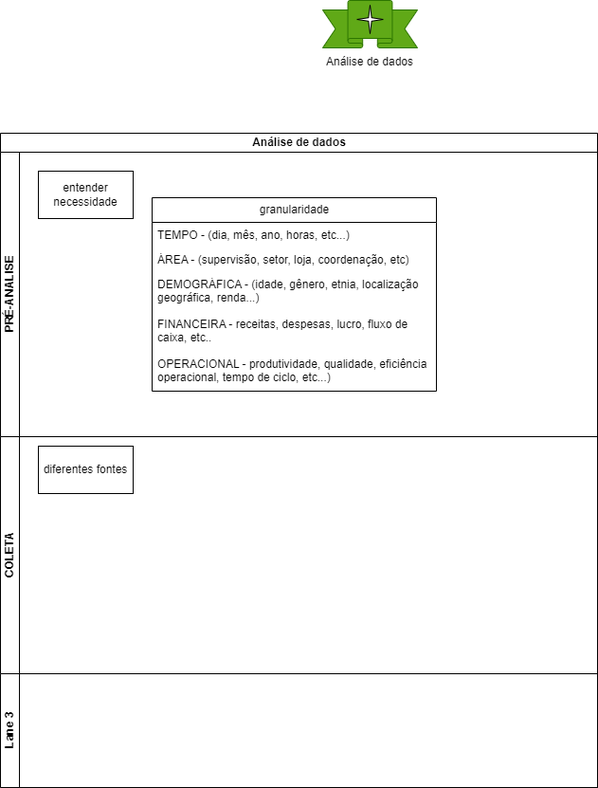
Before: mapa-mental/Analise-de-dados.drawio.png, a diagram exported from draw.io (RenatoDeFreitas/ANALISE-DE-DADOS). Source tidied: cells renumbered, new cells last; positions are measured from the earlier drawing's top-left corner, leaving out a move shared by most shapes.
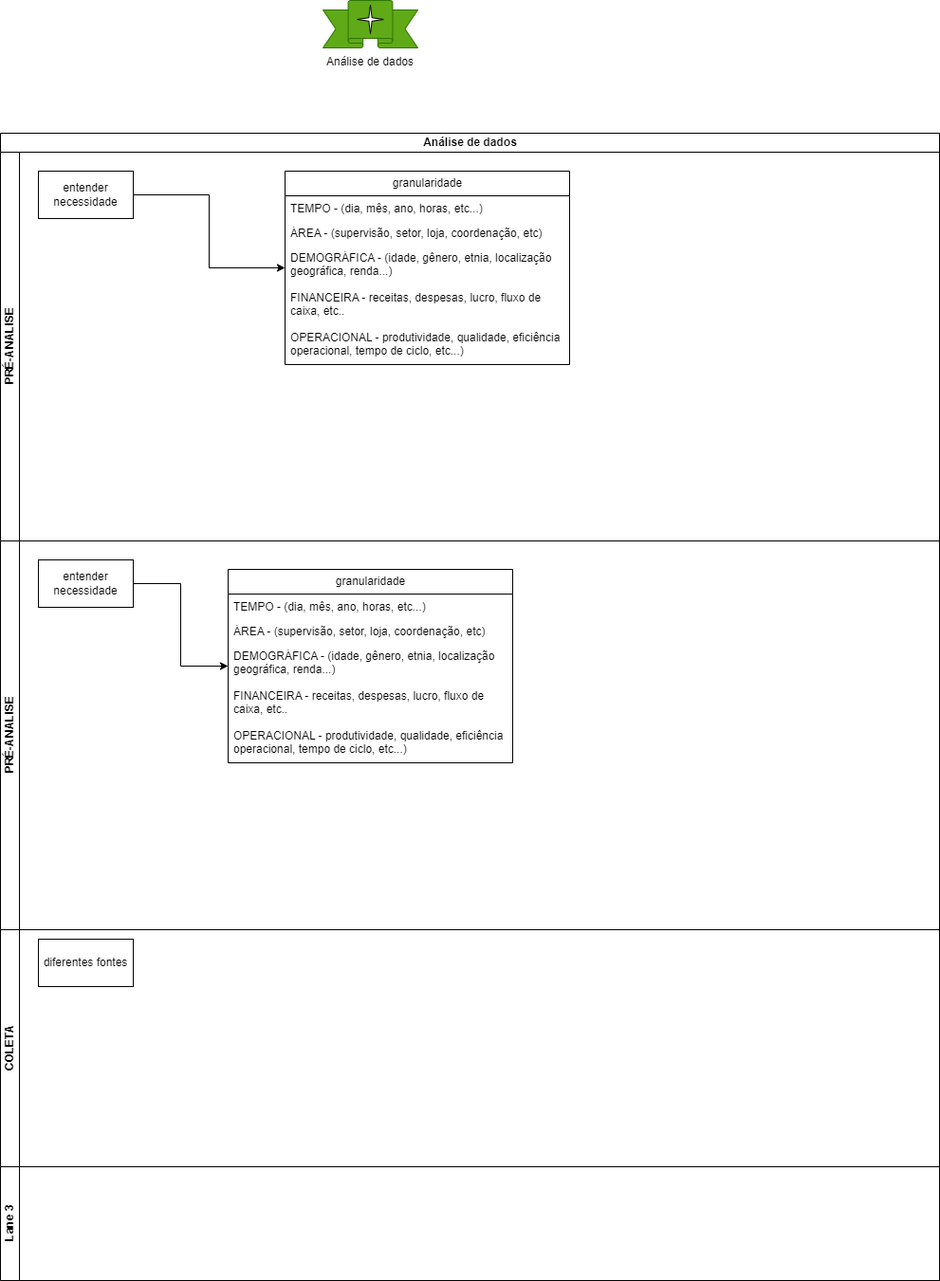
Above is the later version.

The edit, as a diff of the source:
```diff
@@ -15,16 +15,19 @@
       <mxGeometry x="71.2" y="5" width="27.5" height="30" as="geometry" />
     </mxCell>
     <mxCell id="6" value="Análise de dados" style="swimlane;horizontal=1;startSize=20;html=1;" parent="1" vertex="1">
-      <mxGeometry y="140" width="630" height="690" as="geometry" />
+      <mxGeometry y="140" width="990" height="1210" as="geometry" />
     </mxCell>
     <mxCell id="7" value="PRÉ-ANALISE" style="swimlane;startSize=20;horizontal=0;html=1;" parent="6" vertex="1">
-      <mxGeometry y="20" width="630" height="300" as="geometry" />
+      <mxGeometry y="20" width="990" height="410" as="geometry" />
     </mxCell>
+    <mxCell id="18" style="edgeStyle=orthogonalEdgeStyle;rounded=0;jettySize=auto;html=1;" parent="7" edge="1" source="8" target="9">
+      <mxGeometry relative="1" as="geometry" />
+    </mxCell>
     <mxCell id="8" value="entender necessidade" style="rounded=0;whiteSpace=wrap;html=1;" parent="7" vertex="1">
       <mxGeometry x="40" y="20" width="100" height="50" as="geometry" />
     </mxCell>
     <mxCell id="9" value="granularidade" style="swimlane;fontStyle=0;horizontal=1;startSize=26;fillColor=none;html=1;" parent="7" vertex="1">
-      <mxGeometry x="160" y="48" width="300" height="204" as="geometry" />
+      <mxGeometry x="300" y="20" width="300" height="204" as="geometry" />
     </mxCell>
     <mxCell id="10" value="TEMPO - (dia, mês, ano, horas, etc...)" style="text;strokeColor=none;fillColor=none;align=left;verticalAlign=top;spacingLeft=4;spacingRight=4;overflow=hidden;whiteSpace=wrap;html=1;" parent="9" vertex="1">
       <mxGeometry y="26" width="300" height="26" as="geometry" />
@@ -41,14 +44,41 @@
     <mxCell id="14" value="&lt;div&gt;OPERACIONAL - produtividade, qualidade, eficiência operacional, tempo de ciclo, etc...)&lt;/div&gt;" style="text;strokeColor=none;fillColor=none;align=left;verticalAlign=top;spacingLeft=4;spacingRight=4;overflow=hidden;whiteSpace=wrap;html=1;" parent="9" vertex="1">
       <mxGeometry y="162" width="300" height="42" as="geometry" />
     </mxCell>
+    <mxCell id="19" value="PRÉ-ANALISE" style="swimlane;startSize=20;horizontal=0;html=1;" parent="6" vertex="1">
+      <mxGeometry y="430" width="990" height="410" as="geometry" />
+    </mxCell>
+    <mxCell id="20" style="edgeStyle=orthogonalEdgeStyle;rounded=0;jettySize=auto;html=1;" parent="19" edge="1" source="21" target="22">
+      <mxGeometry relative="1" as="geometry" />
+    </mxCell>
+    <mxCell id="21" value="entender necessidade" style="rounded=0;whiteSpace=wrap;html=1;" parent="19" vertex="1">
+      <mxGeometry x="40" y="20" width="100" height="50" as="geometry" />
+    </mxCell>
+    <mxCell id="22" value="granularidade" style="swimlane;fontStyle=0;horizontal=1;startSize=26;fillColor=none;html=1;" parent="19" vertex="1">
+      <mxGeometry x="240" y="30" width="300" height="204" as="geometry" />
+    </mxCell>
+    <mxCell id="23" value="TEMPO - (dia, mês, ano, horas, etc...)" style="text;strokeColor=none;fillColor=none;align=left;verticalAlign=top;spacingLeft=4;spacingRight=4;overflow=hidden;whiteSpace=wrap;html=1;" parent="22" vertex="1">
+      <mxGeometry y="26" width="300" height="26" as="geometry" />
+    </mxCell>
+    <mxCell id="24" value="ÁREA - (supervisão, setor, loja, coordenação, etc)" style="text;strokeColor=none;fillColor=none;align=left;verticalAlign=top;spacingLeft=4;spacingRight=4;overflow=hidden;whiteSpace=wrap;html=1;" parent="22" vertex="1">
+      <mxGeometry y="52" width="300" height="26" as="geometry" />
+    </mxCell>
+    <mxCell id="25" value="DEMOGRÁFICA - (idade, gênero, etnia, localização geográfica, renda...)&lt;div&gt;&lt;br&gt;&lt;/div&gt;" style="text;strokeColor=none;fillColor=none;align=left;verticalAlign=top;spacingLeft=4;spacingRight=4;overflow=hidden;whiteSpace=wrap;html=1;" parent="22" vertex="1">
+      <mxGeometry y="78" width="300" height="42" as="geometry" />
+    </mxCell>
+    <mxCell id="26" value="&lt;div&gt;FINANCEIRA - receitas, despesas, lucro, fluxo de caixa, etc..&lt;span style=&quot;color: rgba(0, 0, 0, 0); font-family: monospace; font-size: 0px; text-wrap: nowrap; background-color: initial;&quot;&gt;%3CmxGraphModel%3E%3Croot%3E%3CmxCell%20id%3D%220%22%2F%3E%3CmxCell%20id%3D%221%22%20parent%3D%220%22%2F%3E%3CmxCell%20id%3D%222%22%20value%3D%22DEMOGR%C3%81FICA%20-%20(idade%2C%20g%C3%AAnero%2C%20etnia%2C%20localiza%C3%A7%C3%A3o%20geogr%C3%A1fica%2C%20renda...)%26lt%3Bdiv%26gt%3B%26lt%3Bbr%26gt%3B%26lt%3B%2Fdiv%26gt%3B%22%20style%3D%22text%3BstrokeColor%3Dnone%3BfillColor%3Dnone%3Balign%3Dleft%3BverticalAlign%3Dtop%3BspacingLeft%3D4%3BspacingRight%3D4%3Boverflow%3Dhidden%3Brotatable%3D0%3Bpoints%3D%5B%5B0%2C0.5%5D%2C%5B1%2C0.5%5D%5D%3BportConstraint%3Deastwest%3BwhiteSpace%3Dwrap%3Bhtml%3D1%3B%22%20vertex%3D%221%22%20parent%3D%221%22%3E%3CmxGeometry%20x%3D%22120%22%20y%3D%22498%22%20width%3D%22300%22%20height%3D%2242%22%20as%3D%22geometry%22%2F%3E%3C%2FmxCell%3E%3C%2Froot%3E%3C%2FmxGraphModel%3E&lt;/span&gt;&lt;/div&gt;" style="text;strokeColor=none;fillColor=none;align=left;verticalAlign=top;spacingLeft=4;spacingRight=4;overflow=hidden;whiteSpace=wrap;html=1;" parent="22" vertex="1">
+      <mxGeometry y="120" width="300" height="42" as="geometry" />
+    </mxCell>
+    <mxCell id="27" value="&lt;div&gt;OPERACIONAL - produtividade, qualidade, eficiência operacional, tempo de ciclo, etc...)&lt;/div&gt;" style="text;strokeColor=none;fillColor=none;align=left;verticalAlign=top;spacingLeft=4;spacingRight=4;overflow=hidden;whiteSpace=wrap;html=1;" parent="22" vertex="1">
+      <mxGeometry y="162" width="300" height="42" as="geometry" />
+    </mxCell>
     <mxCell id="15" value="COLETA" style="swimlane;startSize=20;horizontal=0;html=1;" parent="6" vertex="1">
-      <mxGeometry y="320" width="630" height="250" as="geometry" />
+      <mxGeometry y="840" width="990" height="250" as="geometry" />
     </mxCell>
     <mxCell id="16" value="diferentes fontes" style="rounded=0;whiteSpace=wrap;html=1;" parent="15" vertex="1">
       <mxGeometry x="40" y="10" width="100" height="50" as="geometry" />
     </mxCell>
     <mxCell id="17" value="Lane 3" style="swimlane;startSize=20;horizontal=0;html=1;" parent="6" vertex="1">
-      <mxGeometry y="570" width="630" height="120" as="geometry" />
+      <mxGeometry y="1090" width="990" height="120" as="geometry" />
     </mxCell>
   </root>
 </mxGraphModel>
```
